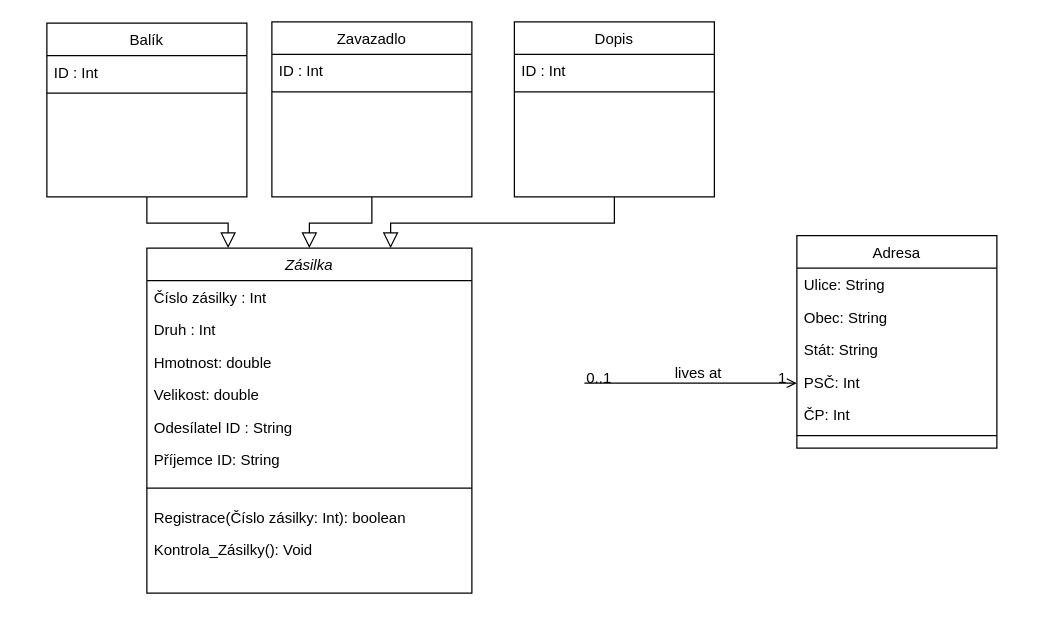
Above: tridy.drawio in Hefik/IRS2 (draw.io), before the change. Source tidied: cells renumbered, new cells numbered last; positions are measured from the earlier drawing's top-left corner, leaving out a move shared by most shapes. Both pictures are drawn from the tidied source at 125%, with x=0, y=0 at pixel (46, 21).
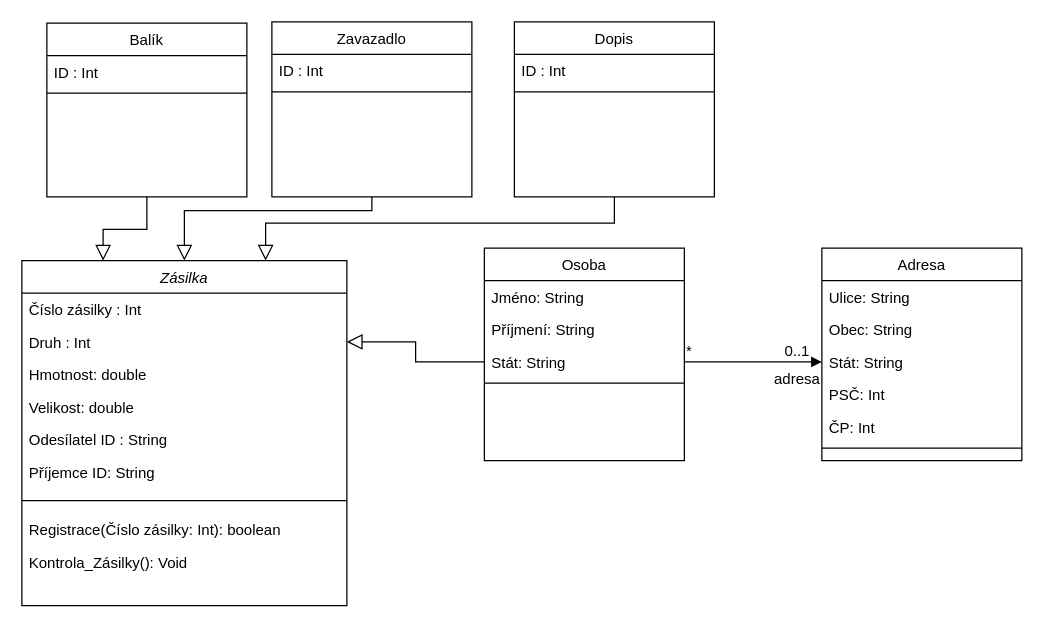
Above is the later version.

Unchanged cells that the change refers to:
```xml
<mxCell id="4" value="Druh : Int" style="text;align=left;verticalAlign=top;spacingLeft=4;spacingRight=4;overflow=hidden;points=[[0,0.5],[1,0.5]];portConstraint=eastwest;rounded=0;shadow=0;html=0;" parent="2" vertex="1">
  <mxGeometry y="52" width="260" height="26" as="geometry" />
</mxCell>
<mxCell id="16" value="Zavazadlo" style="swimlane;fontStyle=0;align=center;verticalAlign=top;horizontal=1;startSize=26;rounded=0;shadow=0;strokeWidth=1;" parent="1" vertex="1">
  <mxGeometry x="180" width="160" height="140" as="geometry" />
</mxCell>
<mxCell id="23" value="Stát: String" style="text;align=left;verticalAlign=top;spacingLeft=4;spacingRight=4;overflow=hidden;points=[[0,0.5],[1,0.5]];portConstraint=eastwest;rounded=0;shadow=0;html=0;" parent="20" vertex="1">
  <mxGeometry y="78" width="160" height="26" as="geometry" />
</mxCell>
```

What changed in the source:
```diff
@@
     <mxCell id="2" value="Zásilka" style="swimlane;fontStyle=2;align=center;verticalAlign=top;horizontal=1;startSize=26;rounded=0;shadow=0;strokeWidth=1;" parent="1" vertex="1">
-      <mxGeometry x="80" y="181" width="260" height="276" as="geometry" />
+      <mxGeometry x="-20" y="191" width="260" height="276" as="geometry" />
     </mxCell>
@@
-    <mxCell id="19" style="endArrow=block;endSize=10;endFill=0;shadow=0;strokeWidth=1;rounded=0;edgeStyle=elbowEdgeStyle;elbow=vertical;" parent="1" edge="1" source="16" target="2">
-      <mxGeometry relative="1" as="geometry" />
+    <mxCell id="19" style="endArrow=block;endSize=10;endFill=0;shadow=0;strokeWidth=1;rounded=0;edgeStyle=elbowEdgeStyle;elbow=vertical;entryX=0.5;entryY=0;entryDx=0;entryDy=0;" parent="1" edge="1" source="16" target="2">
+      <mxGeometry relative="1" as="geometry">
+        <Array as="points">
+          <mxPoint x="150" y="151" />
+        </Array>
+      </mxGeometry>
     </mxCell>
     <mxCell id="20" value="Adresa" style="swimlane;fontStyle=0;align=center;verticalAlign=top;horizontal=1;startSize=26;rounded=0;shadow=0;strokeWidth=1;" parent="1" vertex="1">
-      <mxGeometry x="600" y="171" width="160" height="170" as="geometry" />
+      <mxGeometry x="620" y="181" width="160" height="170" as="geometry" />
     </mxCell>
@@
-    <mxCell id="27" style="endArrow=open;shadow=0;strokeWidth=1;rounded=0;endFill=1;edgeStyle=elbowEdgeStyle;elbow=vertical;" parent="1" edge="1" target="20">
-      <mxGeometry x="0.5" y="41" relative="1" as="geometry">
-        <mxPoint x="430" y="289" as="sourcePoint" />
-        <mxPoint x="-40" y="32" as="offset" />
-      </mxGeometry>
-    </mxCell>
-    <mxCell id="28" value="0..1" style="align=left;verticalAlign=bottom;labelBackgroundColor=none;fontSize=12;" parent="27" vertex="1">
-      <mxGeometry x="-1" relative="1" as="geometry">
-        <mxPoint y="4" as="offset" />
-      </mxGeometry>
-    </mxCell>
-    <mxCell id="29" value="1" style="align=right;verticalAlign=bottom;labelBackgroundColor=none;fontSize=12;" parent="27" vertex="1">
-      <mxGeometry x="1" relative="1" as="geometry">
-        <mxPoint x="-7" y="4" as="offset" />
-      </mxGeometry>
-    </mxCell>
-    <mxCell id="30" value="lives at" style="text;html=1;align=center;verticalAlign=middle;labelBackgroundColor=none;rounded=0;shadow=0;strokeWidth=1;fontSize=12;" parent="27" vertex="1">
-      <mxGeometry x="0.5" y="49" relative="1" as="geometry">
-        <mxPoint x="-38" y="40" as="offset" />
-      </mxGeometry>
-    </mxCell>
@@
+    <mxCell id="35" value="Osoba" style="swimlane;fontStyle=0;align=center;verticalAlign=top;horizontal=1;startSize=26;rounded=0;shadow=0;strokeWidth=1;fillStyle=auto;swimlaneLine=1;glass=0;" parent="1" vertex="1">
+      <mxGeometry x="350" y="181" width="160" height="170" as="geometry" />
+    </mxCell>
+    <mxCell id="36" value="Jméno: String" style="text;align=left;verticalAlign=top;spacingLeft=4;spacingRight=4;overflow=hidden;" parent="35" vertex="1">
+      <mxGeometry y="26" width="160" height="26" as="geometry" />
+    </mxCell>
+    <mxCell id="37" value="Příjmení: String" style="text;align=left;verticalAlign=top;spacingLeft=4;spacingRight=4;overflow=hidden;rounded=0;shadow=0;html=0;" parent="35" vertex="1">
+      <mxGeometry y="52" width="160" height="26" as="geometry" />
+    </mxCell>
+    <mxCell id="38" value="Stát: String" style="text;align=left;verticalAlign=top;spacingLeft=4;spacingRight=4;overflow=hidden;points=[[0,0.5],[1,0.5]];portConstraint=eastwest;rounded=0;shadow=0;html=0;" parent="35" vertex="1">
+      <mxGeometry y="78" width="160" height="26" as="geometry" />
+    </mxCell>
+    <mxCell id="39" style="line;html=1;strokeWidth=1;align=left;verticalAlign=middle;spacingTop=-1;spacingLeft=3;spacingRight=3;labelPosition=right;" parent="35" vertex="1">
+      <mxGeometry y="104" width="160" height="8" as="geometry" />
+    </mxCell>
+    <mxCell id="40" style="endArrow=block;endFill=1;html=1;edgeStyle=orthogonalEdgeStyle;align=left;verticalAlign=top;rounded=0;exitX=1;exitY=0.5;exitDx=0;exitDy=0;entryX=0;entryY=0.5;entryDx=0;entryDy=0;" parent="1" edge="1" source="38" target="23">
+      <mxGeometry x="-1" relative="1" as="geometry" />
+    </mxCell>
+    <mxCell id="41" value="*&lt;br&gt;" style="edgeLabel;html=1;align=left;verticalAlign=bottom;" parent="40" vertex="1">
+      <mxGeometry x="-1" relative="1" as="geometry" />
+    </mxCell>
+    <mxCell id="28" value="0..1" style="text;html=1;align=center;verticalAlign=middle;strokeColor=none;fillColor=none;" parent="1" vertex="1">
+      <mxGeometry x="580" y="249" width="40" height="30" as="geometry" />
+    </mxCell>
+    <mxCell id="42" value="adresa" style="text;html=1;align=center;verticalAlign=middle;strokeColor=none;fillColor=none;" parent="1" vertex="1">
+      <mxGeometry x="570" y="271" width="60" height="30" as="geometry" />
+    </mxCell>
+    <mxCell id="43" style="endArrow=block;html=1;rounded=0;exitX=0;exitY=0.5;exitDx=0;exitDy=0;entryX=1;entryY=0.5;entryDx=0;entryDy=0;endFill=0;endSize=10;edgeStyle=elbowEdgeStyle;" parent="1" edge="1" source="38" target="4">
+      <mxGeometry relative="1" as="geometry" />
+    </mxCell>
```
